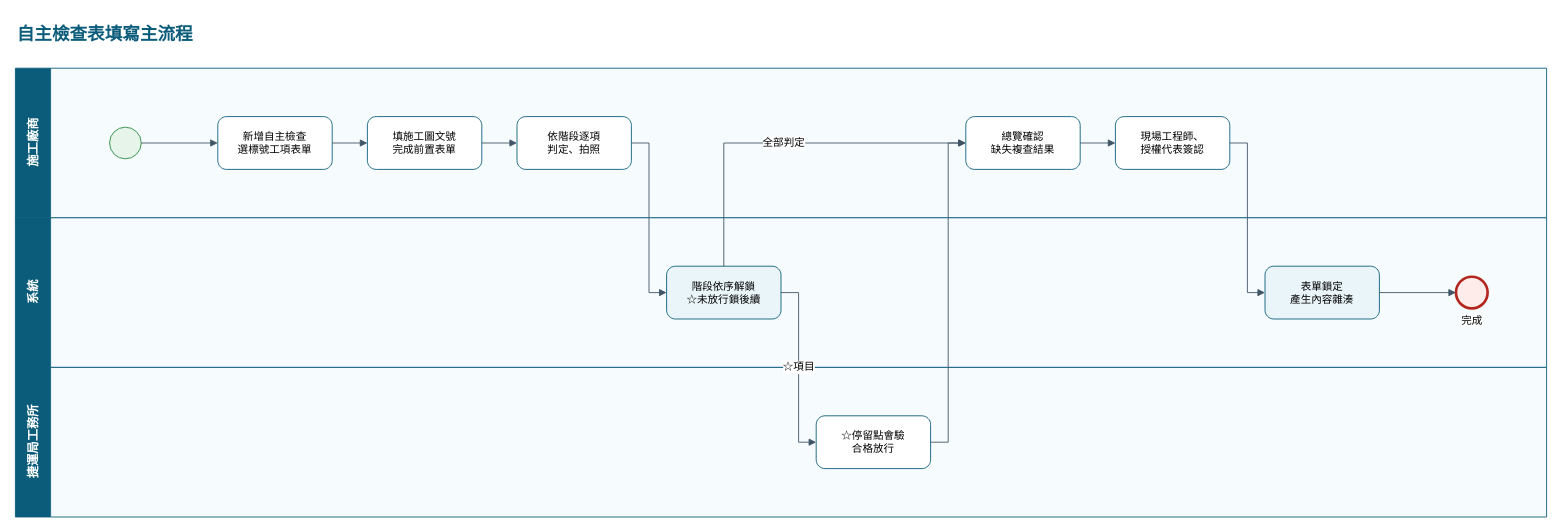
The draw.io diagram page "自主檢查表填寫主流程" (5 of 8) of 捷運施工查驗系統_缺失與停留點流程_BPMN.drawio in brianchou7310/MRT-Construction-QMS, before the edit. Source tidied: cells renumbered, new cells numbered last; positions are measured from the earlier drawing's top-left corner, leaving out a move shared by most shapes. Both pictures are drawn from the tidied source at 88%, with x=0, y=0 at pixel (15, 15).
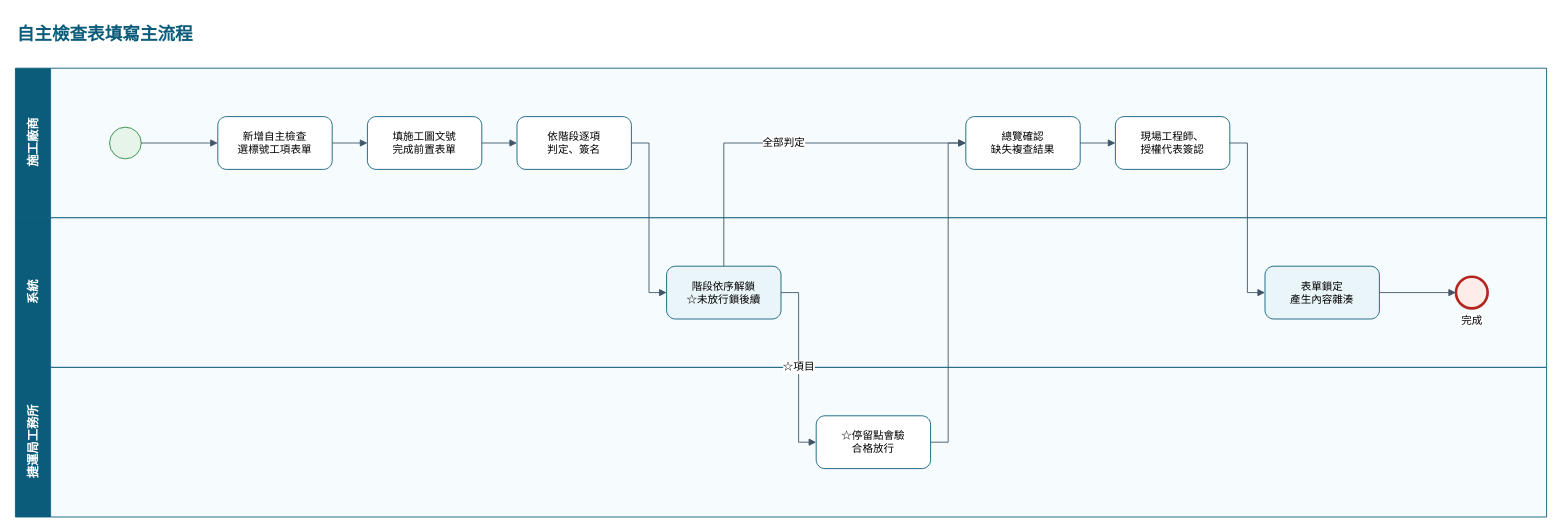
Above is the later version.

Unchanged cells that the change refers to:
```xml
<mxCell id="3" value="施工廠商" style="swimlane;html=1;startSize=40;horizontal=0;fontSize=14;fontStyle=1;fillColor=#0B5C7A;fontColor=#ffffff;strokeColor=#0B5C7A;swimlaneFillColor=#F6FBFD;" parent="1" vertex="1">
  <mxGeometry y="60" width="1740" height="170" as="geometry" />
</mxCell>
```

Change to the diagram source:
```diff
@@
-    <mxCell id="9" value="依階段逐項&lt;br&gt;判定、拍照" style="points=[[0.25,0,0],[0.5,0,0],[0.75,0,0],[1,0.25,0],[1,0.5,0],[1,0.75,0],[0.75,1,0],[0.5,1,0],[0.25,1,0],[0,0.75,0],[0,0.5,0],[0,0.25,0]];shape=mxgraph.bpmn.task;whiteSpace=wrap;rectStyle=rounded;size=10;html=1;taskMarker=abstract;fontSize=12;fillColor=#FFFFFF;strokeColor=#0B5C7A;" parent="3" vertex="1">
+    <mxCell id="9" value="依階段逐項&lt;br&gt;判定、簽名" style="points=[[0.25,0,0],[0.5,0,0],[0.75,0,0],[1,0.25,0],[1,0.5,0],[1,0.75,0],[0.75,1,0],[0.5,1,0],[0.25,1,0],[0,0.75,0],[0,0.5,0],[0,0.25,0]];shape=mxgraph.bpmn.task;whiteSpace=wrap;rectStyle=rounded;size=10;html=1;taskMarker=abstract;fontSize=12;fillColor=#FFFFFF;strokeColor=#0B5C7A;" parent="3" vertex="1">
       <mxGeometry x="570" y="55" width="130" height="60" as="geometry" />
     </mxCell>
```
